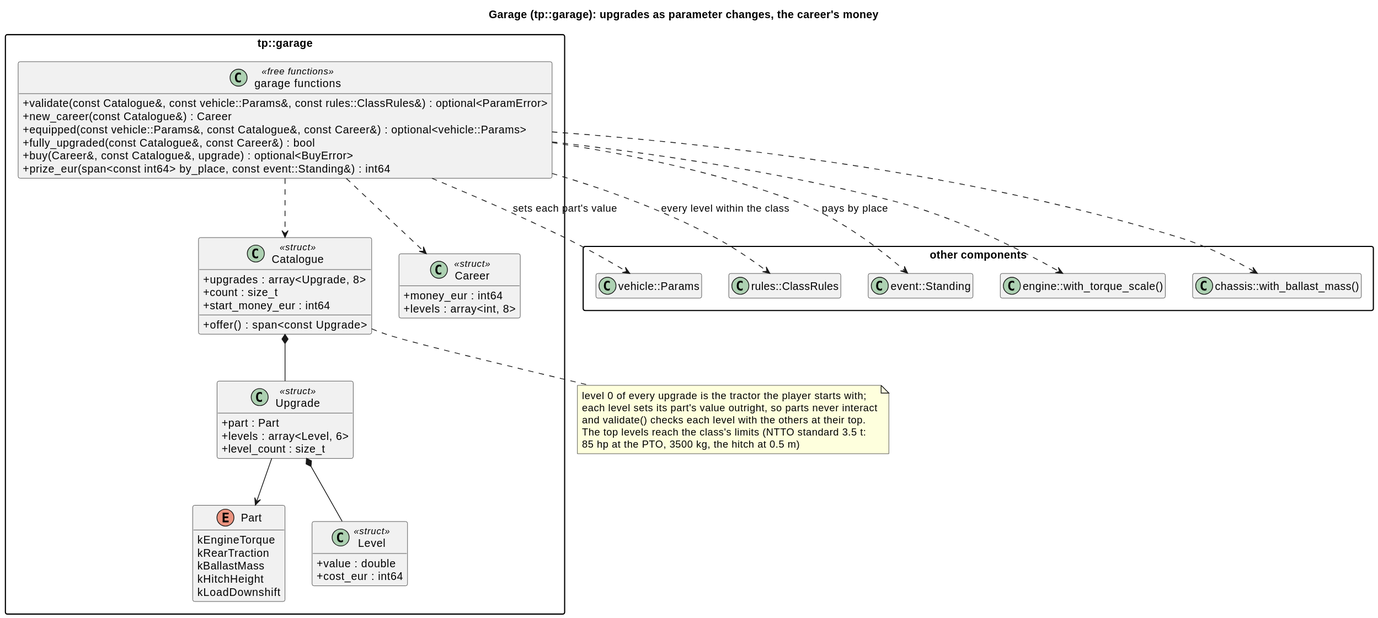
This is docs/diagrams/svg/garage_classes.svg from wversteeg/TractorPulling, a PlantUML export, as it was before one commit. Source of this version:
```plantuml
@startuml
title Garage (tp::garage): upgrades as parameter changes, the career's money
hide empty members
skinparam packageStyle rectangle
skinparam classAttributeIconSize 0

package "other components" {
  class "vehicle::Params" as Tractor
  class "rules::ClassRules" as ClassRules
  class "event::Standing" as EventStanding
  class "engine::with_torque_scale()" as TorqueScale
  class "chassis::with_ballast_mass()" as BallastMass
}

package "tp::garage" {
  enum Part {
    kEngineTorque
    kRearTraction
    kBallastMass
    kHitchHeight
    kLoadDownshift
  }
  class Level <<struct>> {
    +value : double
    +cost_eur : int64
  }
  class Upgrade <<struct>> {
    +part : Part
    +levels : array<Level, 6>
    +level_count : size_t
  }
  class Catalogue <<struct>> {
    +upgrades : array<Upgrade, 8>
    +count : size_t
    +start_money_eur : int64
    +offer() : span<const Upgrade>
  }
  class Career <<struct>> {
    +money_eur : int64
    +levels : array<int, 8>
  }
  class "garage functions" as GarageFns <<free functions>> {
    +validate(const Catalogue&, const vehicle::Params&, const rules::ClassRules&) : optional<ParamError>
    +new_career(const Catalogue&) : Career
    +equipped(const vehicle::Params&, const Catalogue&, const Career&) : optional<vehicle::Params>
    +fully_upgraded(const Catalogue&, const Career&) : bool
    +buy(Career&, const Catalogue&, upgrade) : optional<BuyError>
    +prize_eur(span<const int64> by_place, const event::Standing&) : int64
  }
  Catalogue *-- Upgrade
  Upgrade *-- Level
  Upgrade --> Part
  GarageFns ..> Catalogue
  GarageFns ..> Career
}
GarageFns ..> Tractor : sets each part's value
GarageFns ..> ClassRules : every level within the class
GarageFns ..> EventStanding : pays by place
GarageFns ..> TorqueScale
GarageFns ..> BallastMass
note bottom of Catalogue
  level 0 of every upgrade is the tractor the player starts with;
  each level sets its part's value outright, so parts never interact
  and validate() checks each level with the others at their top.
  The top levels reach the class's limits (NTTO standard 3.5 t:
  85 hp at the PTO, 3500 kg, the hitch at 0.5 m)
end note
@enduml
```
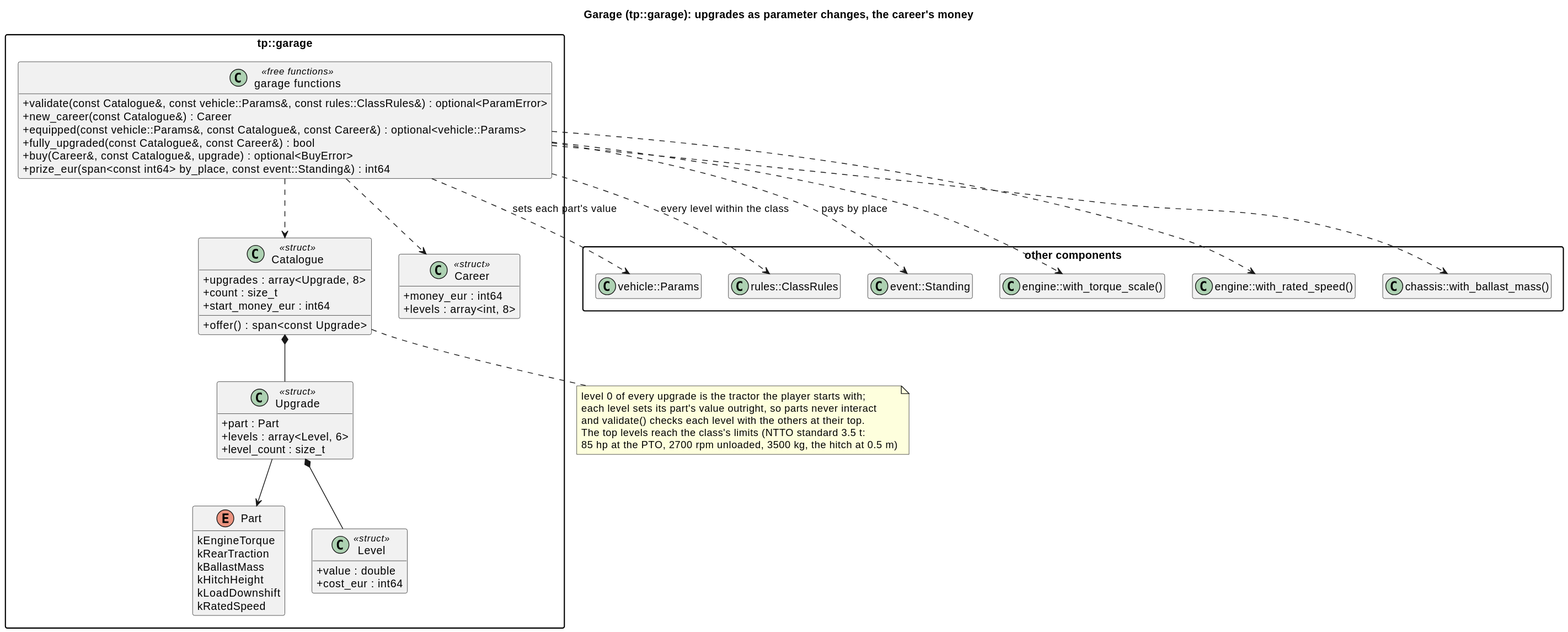
After the change.

The edit, as a diff of the source:
```diff
@@ -9,6 +9,7 @@
   class "rules::ClassRules" as ClassRules
   class "event::Standing" as EventStanding
   class "engine::with_torque_scale()" as TorqueScale
+  class "engine::with_rated_speed()" as RatedSpeed
   class "chassis::with_ballast_mass()" as BallastMass
 }
 
@@ -19,6 +20,7 @@
     kBallastMass
     kHitchHeight
     kLoadDownshift
+    kRatedSpeed
   }
   class Level <<struct>> {
     +value : double
@@ -57,12 +59,13 @@
 GarageFns ..> ClassRules : every level within the class
 GarageFns ..> EventStanding : pays by place
 GarageFns ..> TorqueScale
+GarageFns ..> RatedSpeed
 GarageFns ..> BallastMass
 note bottom of Catalogue
   level 0 of every upgrade is the tractor the player starts with;
   each level sets its part's value outright, so parts never interact
   and validate() checks each level with the others at their top.
   The top levels reach the class's limits (NTTO standard 3.5 t:
-  85 hp at the PTO, 3500 kg, the hitch at 0.5 m)
+  85 hp at the PTO, 2700 rpm unloaded, 3500 kg, the hitch at 0.5 m)
 end note
 @enduml
```
